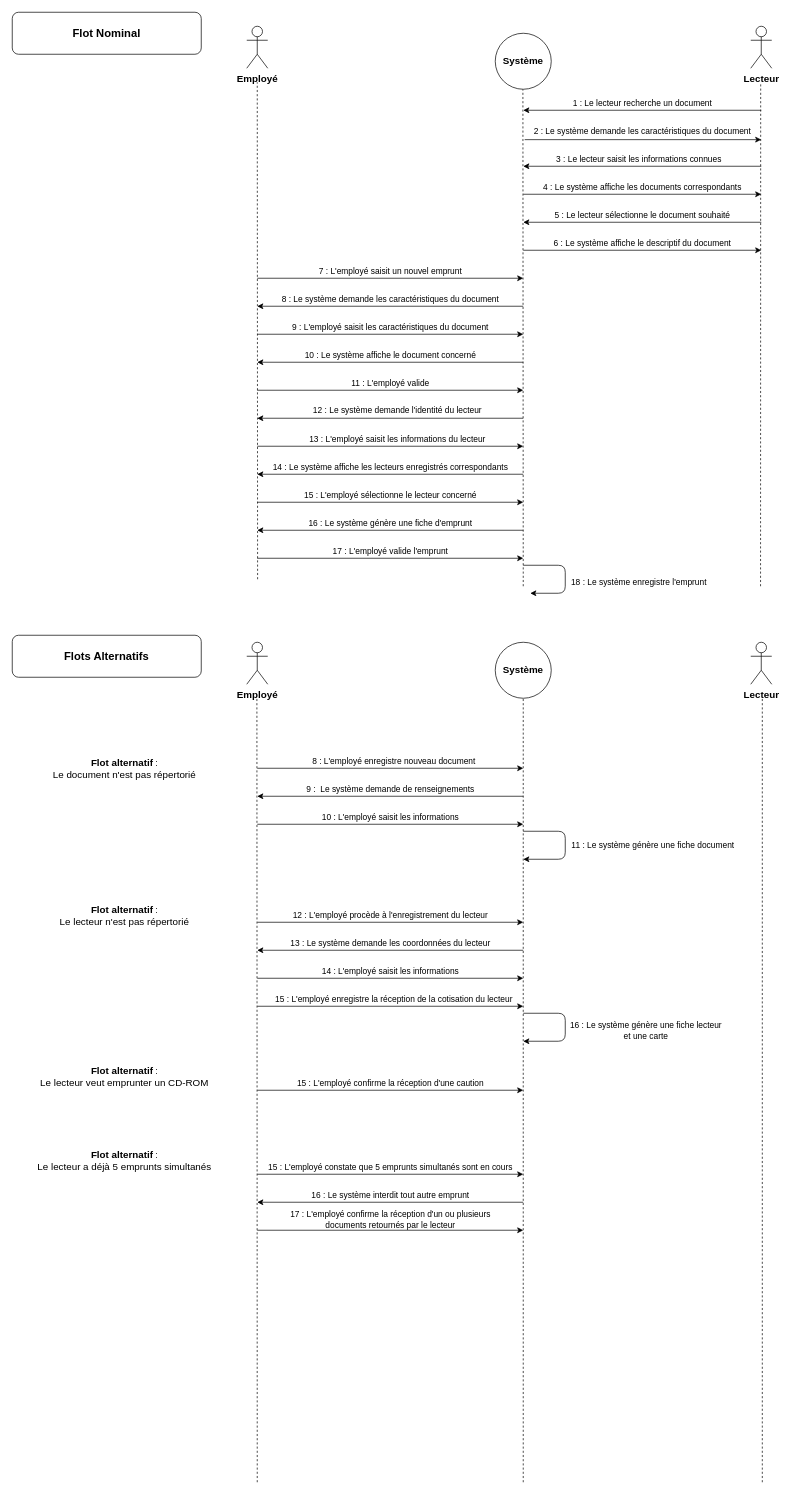
Above: Développer des composants d'interface/Maquetter une application/UML Partie 1/Phase 3 - Diagramme de séquence système/diagramme_de_sequence_systeme.drawio in BaltoClem/Travaux_CDA (draw.io), before the change. Source tidied: cells renumbered, new cells numbered last; positions are measured from the earlier drawing's top-left corner, leaving out a move shared by most shapes. Both pictures are drawn from the tidied source at 70%, with x=0, y=0 at pixel (12, 12).
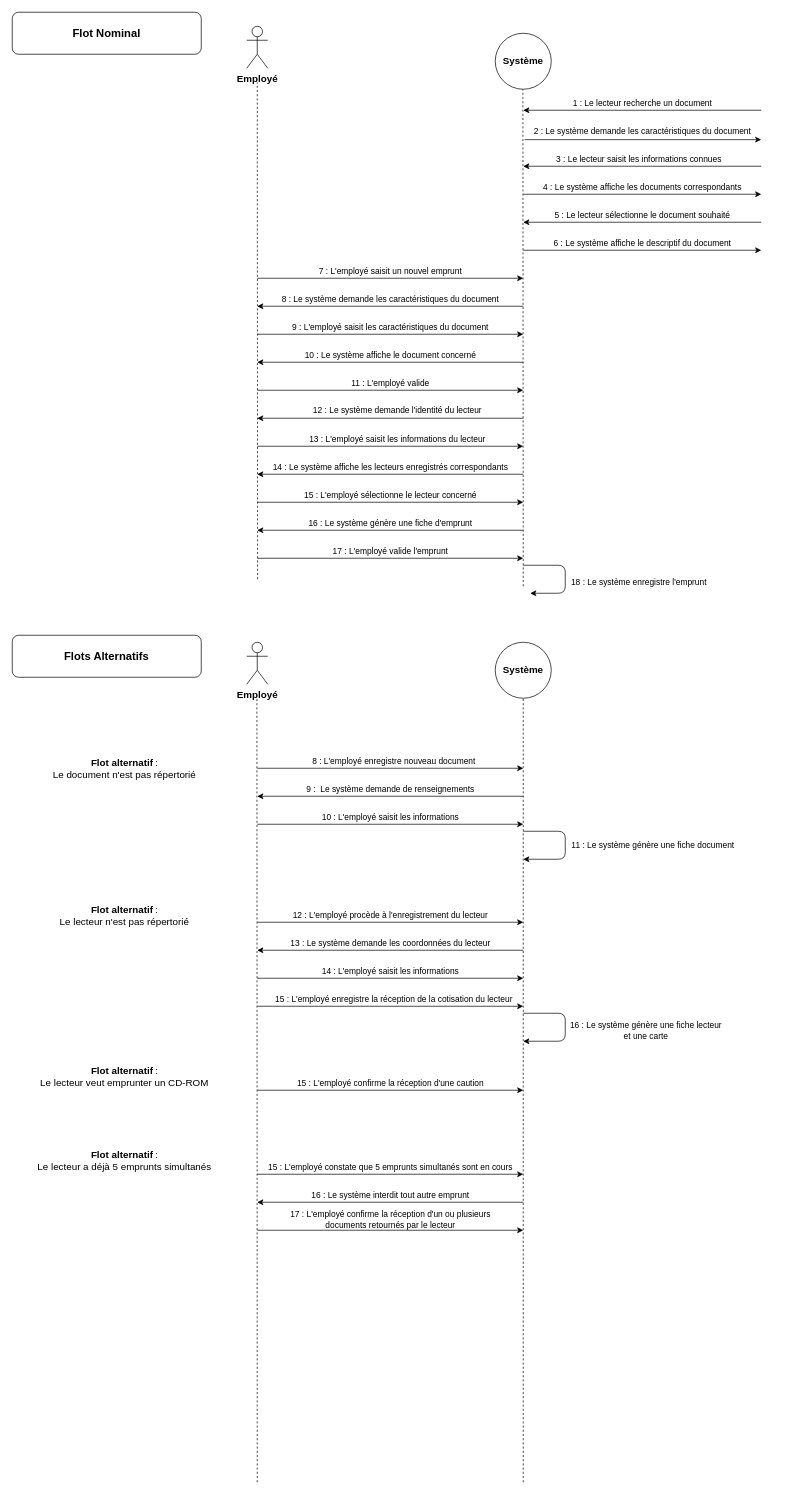
Above is the later version.

What changed in the source:
```diff
@@
-    <mxCell id="5" style="endArrow=none;dashed=1;html=1;" parent="1" edge="1">
-      <mxGeometry relative="1" as="geometry">
-        <mxPoint x="1069" y="820" as="sourcePoint" />
-        <mxPoint x="1069.2" y="100" as="targetPoint" />
-      </mxGeometry>
-    </mxCell>
-    <mxCell id="6" value="&lt;font style=&quot;font-size: 14px&quot;&gt;&lt;b&gt;Lecteur&lt;/b&gt;&lt;/font&gt;" style="shape=umlActor;verticalLabelPosition=bottom;verticalAlign=top;html=1;" parent="1" vertex="1">
-      <mxGeometry x="1055" y="20" width="30" height="60" as="geometry" />
-    </mxCell>
@@
-    <mxCell id="69" value="&lt;font style=&quot;font-size: 14px&quot;&gt;&lt;b&gt;Lecteur&lt;/b&gt;&lt;/font&gt;" style="shape=umlActor;verticalLabelPosition=bottom;verticalAlign=top;html=1;" parent="1" vertex="1">
-      <mxGeometry x="1055" y="900" width="30" height="60" as="geometry" />
-    </mxCell>
@@
-    <mxCell id="72" style="endArrow=none;dashed=1;html=1;" parent="1" edge="1">
-      <mxGeometry relative="1" as="geometry">
-        <mxPoint x="1071.5" y="2100" as="sourcePoint" />
-        <mxPoint x="1071.5" y="980" as="targetPoint" />
-      </mxGeometry>
-    </mxCell>
```
